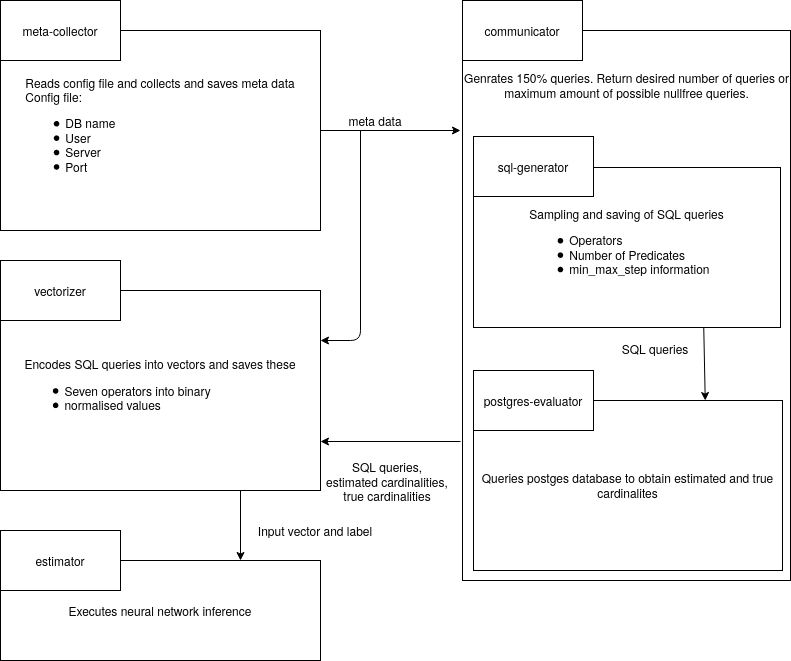
lucaswo/local-cardinality-estimation keeps this draw.io diagram as diagrams/module_overview.png. Above is the earlier version. Source tidied: cells renumbered, new cells last; positions are measured from the earlier drawing's top-left corner, leaving out a move shared by most shapes.
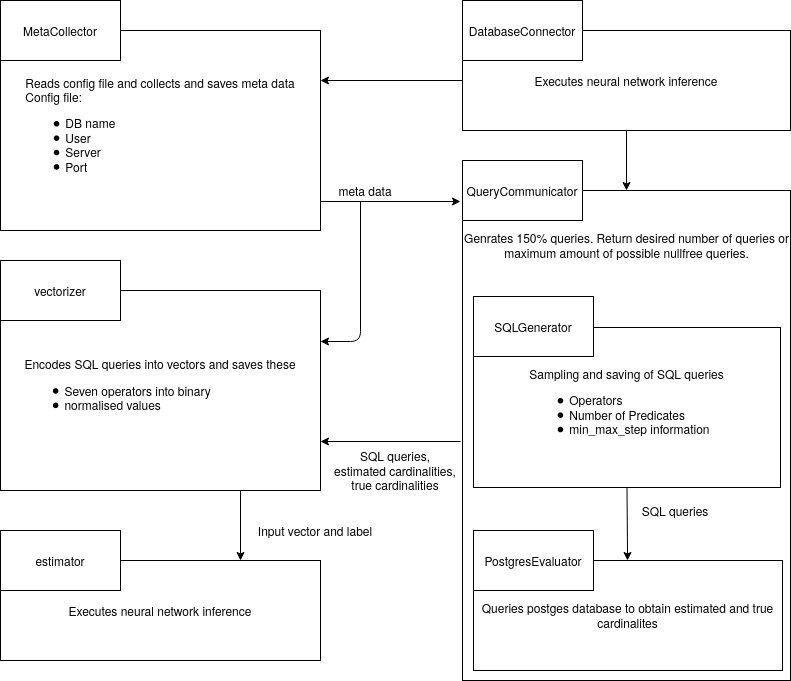
The same file after the commit.

Commit message:
Updated module overview diagram

The edit, as a diff of the source:
```diff
@@ -3,12 +3,12 @@
     <mxCell id="0" />
     <mxCell id="1" parent="0" />
     <mxCell id="2" style="rounded=0;whiteSpace=wrap;html=1;" parent="1" vertex="1">
-      <mxGeometry x="462" y="30" width="328" height="550" as="geometry" />
+      <mxGeometry x="462" y="190" width="328" height="490" as="geometry" />
     </mxCell>
     <mxCell id="3" value="&lt;div style=&quot;text-align: left&quot;&gt;&lt;span&gt;Reads config file and collects and saves meta data&lt;/span&gt;&lt;/div&gt;&lt;div style=&quot;text-align: left&quot;&gt;&lt;span&gt;Config file:&lt;/span&gt;&lt;/div&gt;&lt;div style=&quot;text-align: left&quot;&gt;&lt;ul&gt;&lt;li&gt;&lt;span&gt;DB name&lt;/span&gt;&lt;/li&gt;&lt;li&gt;User&lt;/li&gt;&lt;li&gt;Server&lt;/li&gt;&lt;li&gt;Port&lt;/li&gt;&lt;/ul&gt;&lt;/div&gt;" style="rounded=0;whiteSpace=wrap;html=1;" parent="1" vertex="1">
       <mxGeometry y="30" width="320" height="200" as="geometry" />
     </mxCell>
-    <mxCell id="4" value="meta-collector" style="rounded=0;whiteSpace=wrap;html=1;" parent="1" vertex="1">
+    <mxCell id="4" value="MetaCollector" style="rounded=0;whiteSpace=wrap;html=1;" parent="1" vertex="1">
       <mxGeometry width="120" height="60" as="geometry" />
     </mxCell>
     <mxCell id="5" value="&lt;div style=&quot;text-align: left&quot;&gt;Encodes SQL queries into vectors and saves these&lt;/div&gt;&lt;div style=&quot;text-align: left&quot;&gt;&lt;ul&gt;&lt;li&gt;Seven operators into binary&lt;/li&gt;&lt;li&gt;normalised values&lt;/li&gt;&lt;/ul&gt;&lt;/div&gt;" style="rounded=0;whiteSpace=wrap;html=1;" parent="1" vertex="1">
@@ -24,31 +24,33 @@
       <mxGeometry y="530" width="120" height="60" as="geometry" />
     </mxCell>
     <mxCell id="9" value="&lt;div style=&quot;text-align: left&quot;&gt;Sampling and saving of SQL queries&lt;/div&gt;&lt;div style=&quot;text-align: left&quot;&gt;&lt;ul&gt;&lt;li&gt;Operators&lt;/li&gt;&lt;li&gt;Number of Predicates&lt;/li&gt;&lt;li&gt;min_max_step information&lt;/li&gt;&lt;/ul&gt;&lt;/div&gt;" style="rounded=0;whiteSpace=wrap;html=1;" parent="1" vertex="1">
-      <mxGeometry x="473" y="167" width="307" height="160" as="geometry" />
+      <mxGeometry x="473" y="327" width="307" height="160" as="geometry" />
     </mxCell>
-    <mxCell id="10" value="sql-generator" style="rounded=0;whiteSpace=wrap;html=1;" parent="1" vertex="1">
-      <mxGeometry x="473" y="136" width="120" height="60" as="geometry" />
+    <mxCell id="10" value="SQLGenerator" style="rounded=0;whiteSpace=wrap;html=1;" parent="1" vertex="1">
+      <mxGeometry x="473" y="296" width="120" height="60" as="geometry" />
     </mxCell>
     <mxCell id="11" value="&lt;span&gt;Queries postges database to obtain estimated and true cardinalites&lt;/span&gt;" style="rounded=0;whiteSpace=wrap;html=1;align=center;" parent="1" vertex="1">
-      <mxGeometry x="473" y="400" width="309" height="170" as="geometry" />
+      <mxGeometry x="473" y="560" width="309" height="110" as="geometry" />
     </mxCell>
-    <mxCell id="12" value="postgres-evaluator" style="rounded=0;whiteSpace=wrap;html=1;" parent="1" vertex="1">
-      <mxGeometry x="473" y="370" width="120" height="60" as="geometry" />
+    <mxCell id="12" value="PostgresEvaluator" style="rounded=0;whiteSpace=wrap;html=1;" parent="1" vertex="1">
+      <mxGeometry x="473" y="530" width="120" height="60" as="geometry" />
     </mxCell>
-    <mxCell id="13" style="endArrow=classic;html=1;exitX=1;exitY=0.5;exitDx=0;exitDy=0;" parent="1" edge="1" source="3">
+    <mxCell id="13" style="endArrow=classic;html=1;exitX=1;exitY=0.5;exitDx=0;exitDy=0;" parent="1" edge="1">
       <mxGeometry relative="1" as="geometry">
-        <mxPoint x="460" y="130" as="targetPoint" />
+        <mxPoint x="320" y="201" as="sourcePoint" />
+        <mxPoint x="460" y="201" as="targetPoint" />
       </mxGeometry>
     </mxCell>
-    <mxCell id="14" style="endArrow=classic;html=1;entryX=1;entryY=0.25;entryDx=0;entryDy=0;" parent="1" edge="1" target="5">
+    <mxCell id="14" style="endArrow=classic;html=1;entryX=1;entryY=0.25;entryDx=0;entryDy=0;" parent="1" edge="1">
       <mxGeometry relative="1" as="geometry">
-        <mxPoint x="360" y="130" as="sourcePoint" />
+        <mxPoint x="360" y="201" as="sourcePoint" />
+        <mxPoint x="320" y="341" as="targetPoint" />
         <Array as="points">
-          <mxPoint x="360" y="340" />
+          <mxPoint x="360" y="341" />
         </Array>
       </mxGeometry>
     </mxCell>
-    <mxCell id="15" style="endArrow=classic;html=1;exitX=0.75;exitY=1;exitDx=0;exitDy=0;entryX=0.75;entryY=0;entryDx=0;entryDy=0;" parent="1" edge="1" source="9" target="11">
+    <mxCell id="15" style="endArrow=classic;html=1;jumpSize=0;exitX=0.5;exitY=1;exitDx=0;exitDy=0;" parent="1" edge="1" source="9" target="11">
       <mxGeometry relative="1" as="geometry" />
     </mxCell>
     <mxCell id="16" style="endArrow=classic;html=1;entryX=1;entryY=0.6;entryDx=0;entryDy=0;entryPerimeter=0;" parent="1" edge="1">
@@ -67,26 +69,38 @@
     </object>
     <object id="19" label="meta data" name="Variable" placeholders="1">
       <mxCell style="text;html=1;strokeColor=none;fillColor=none;align=center;verticalAlign=middle;whiteSpace=wrap;overflow=hidden;" parent="1" vertex="1">
-        <mxGeometry x="300" y="110" width="150" height="20" as="geometry" />
+        <mxGeometry x="290" y="180" width="150" height="20" as="geometry" />
       </mxCell>
     </object>
     <object id="20" label="SQL queries,&lt;br&gt;estimated cardinalities,&lt;br&gt;true cardinalities" name="Variable" placeholders="1">
       <mxCell style="text;html=1;strokeColor=none;fillColor=none;align=center;verticalAlign=middle;whiteSpace=wrap;overflow=hidden;" parent="1" vertex="1">
-        <mxGeometry x="312" y="451" width="150" height="60" as="geometry" />
+        <mxGeometry x="320" y="440" width="150" height="60" as="geometry" />
       </mxCell>
     </object>
     <object id="21" label="SQL queries" name="Variable" placeholders="1">
       <mxCell style="text;html=1;strokeColor=none;fillColor=none;align=center;verticalAlign=middle;whiteSpace=wrap;overflow=hidden;" parent="1" vertex="1">
-        <mxGeometry x="610" y="338" width="89.5" height="20" as="geometry" />
+        <mxGeometry x="630" y="500" width="89.5" height="20" as="geometry" />
       </mxCell>
     </object>
-    <mxCell id="22" value="communicator" style="rounded=0;whiteSpace=wrap;html=1;" parent="1" vertex="1">
-      <mxGeometry x="462" width="120" height="60" as="geometry" />
+    <mxCell id="22" value="QueryCommunicator" style="rounded=0;whiteSpace=wrap;html=1;" parent="1" vertex="1">
+      <mxGeometry x="462" y="160" width="120" height="60" as="geometry" />
     </mxCell>
     <object id="23" label="Genrates 150% queries. Return desired number of queries or maximum amount of possible nullfree queries." name="Variable" placeholders="1">
       <mxCell style="text;html=1;strokeColor=none;fillColor=none;align=center;verticalAlign=middle;whiteSpace=wrap;overflow=hidden;" parent="1" vertex="1">
-        <mxGeometry x="463" y="60" width="327" height="50" as="geometry" />
+        <mxGeometry x="463" y="220" width="327" height="50" as="geometry" />
       </mxCell>
     </object>
+    <mxCell id="24" style="edgeStyle=orthogonalEdgeStyle;rounded=0;jumpSize=0;jettySize=auto;html=1;exitX=0;exitY=0.5;exitDx=0;exitDy=0;entryX=1;entryY=0.25;entryDx=0;entryDy=0;" parent="1" edge="1" source="26" target="3">
+      <mxGeometry relative="1" as="geometry" />
+    </mxCell>
+    <mxCell id="25" style="edgeStyle=orthogonalEdgeStyle;rounded=0;jumpSize=0;jettySize=auto;html=1;exitX=0.5;exitY=1;exitDx=0;exitDy=0;entryX=0.5;entryY=0;entryDx=0;entryDy=0;" parent="1" edge="1" source="26" target="2">
+      <mxGeometry relative="1" as="geometry" />
+    </mxCell>
+    <mxCell id="26" value="&lt;div style=&quot;text-align: left&quot;&gt;Executes neural network inference&lt;/div&gt;" style="rounded=0;whiteSpace=wrap;html=1;" parent="1" vertex="1">
+      <mxGeometry x="462" y="30" width="328" height="100" as="geometry" />
+    </mxCell>
+    <mxCell id="27" value="DatabaseConnector" style="rounded=0;whiteSpace=wrap;html=1;" parent="1" vertex="1">
+      <mxGeometry x="462" width="120" height="60" as="geometry" />
+    </mxCell>
   </root>
 </mxGraphModel>
```
